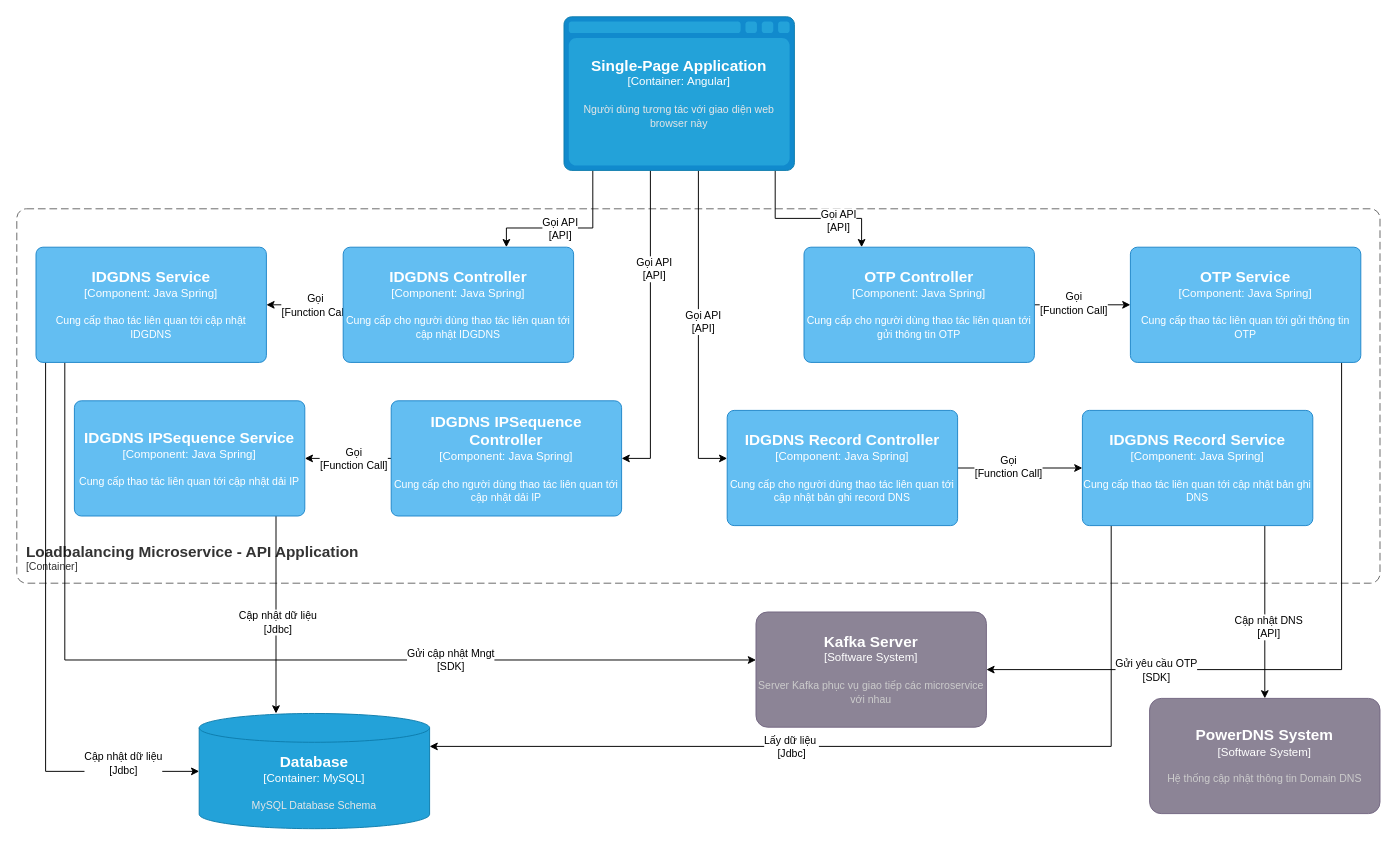
The draw.io diagram Idg-Portal lv3 IDGDNS API.drawio in dangngocsoncntt/draw.io, before the edit. Source tidied: cells renumbered, new cells numbered last; positions are measured from the earlier drawing's top-left corner, leaving out a move shared by most shapes. Both pictures are drawn from the tidied source at 96%, with x=0, y=0 at pixel (16, 16).
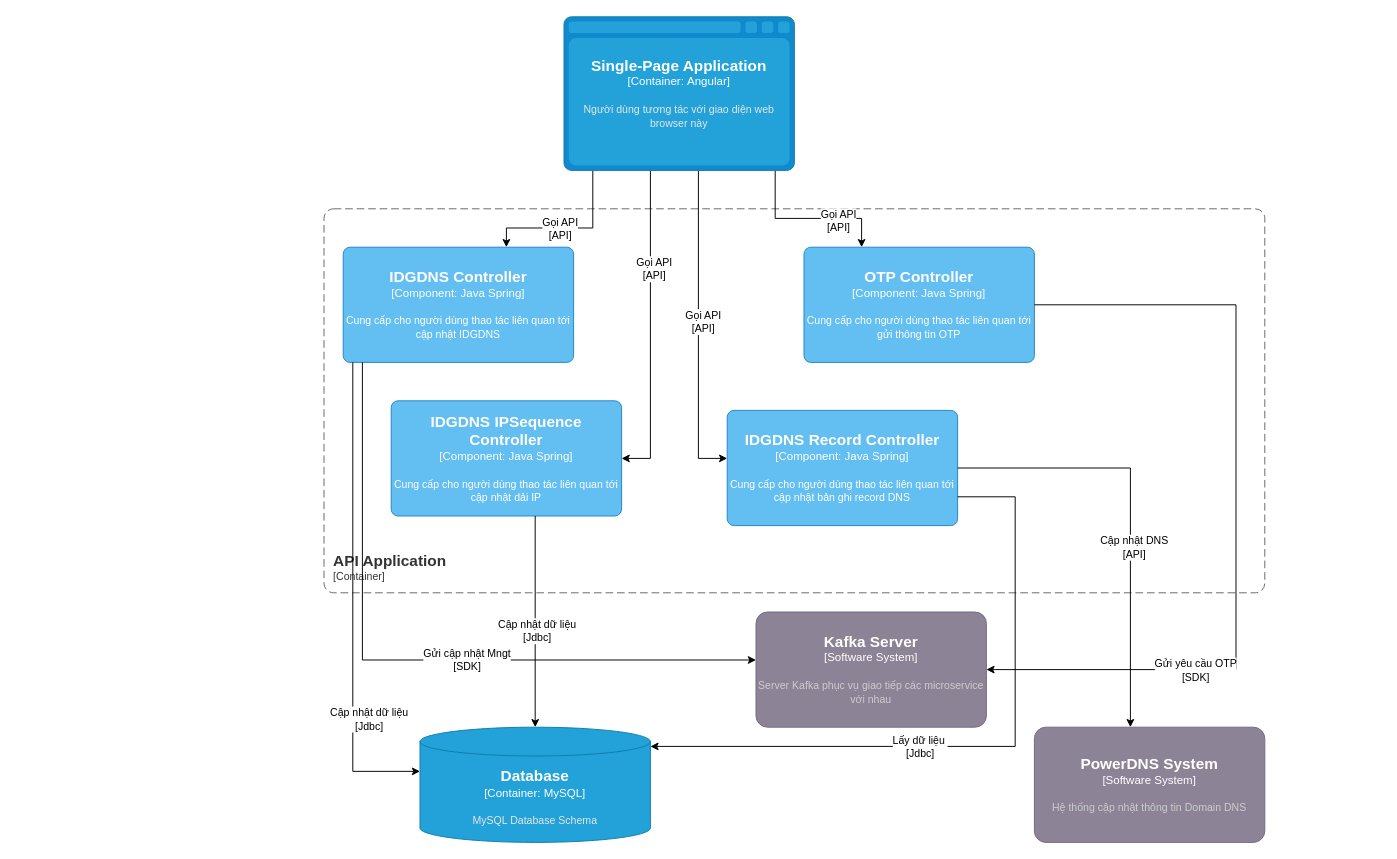
The same diagram, later.

The change refers to these unchanged cells:
```xml
<object id="14" label="&lt;font style=&quot;font-size: 16px&quot;&gt;&lt;b&gt;%c4Name%&lt;/b&gt;&lt;/font&gt;&lt;div&gt;[%c4Type%: %c4Technology%]&lt;/div&gt;&lt;br&gt;&lt;div&gt;&lt;font style=&quot;font-size: 11px&quot;&gt;%c4Description%&lt;/font&gt;&lt;/div&gt;" c4Description="Cung cấp cho người dùng thao tác liên quan tới cập nhật IDGDNS" c4Name="IDGDNS Controller" c4Technology="Java Spring" c4Type="Component" placeholders="1">
  <mxCell style="rounded=1;whiteSpace=wrap;html=1;labelBackgroundColor=none;fillColor=#63BEF2;fontColor=#ffffff;align=center;arcSize=6;strokeColor=#2086C9;points=[[0.25,0,0],[0.5,0,0],[0.75,0,0],[1,0.25,0],[1,0.5,0],[1,0.75,0],[0.75,1,0],[0.5,1,0],[0.25,1,0],[0,0.75,0],[0,0.5,0],[0,0.25,0]];" parent="1" vertex="1">
    <mxGeometry x="340" y="240" width="240" height="120" as="geometry" />
  </mxCell>
</object>
<object id="17" label="&lt;font style=&quot;font-size: 16px&quot;&gt;&lt;b&gt;%c4Name%&lt;/b&gt;&lt;/font&gt;&lt;div&gt;[%c4Type%: %c4Technology%]&lt;/div&gt;&lt;br&gt;&lt;div&gt;&lt;font style=&quot;font-size: 11px&quot;&gt;%c4Description%&lt;/font&gt;&lt;/div&gt;" c4Description="Cung cấp cho người dùng thao tác liên quan tới gửi thông tin OTP" c4Name="OTP Controller" c4Technology="Java Spring" c4Type="Component" placeholders="1">
  <mxCell style="rounded=1;whiteSpace=wrap;html=1;labelBackgroundColor=none;fillColor=#63BEF2;fontColor=#ffffff;align=center;arcSize=6;strokeColor=#2086C9;points=[[0.25,0,0],[0.5,0,0],[0.75,0,0],[1,0.25,0],[1,0.5,0],[1,0.75,0],[0.75,1,0],[0.5,1,0],[0.25,1,0],[0,0.75,0],[0,0.5,0],[0,0.25,0]];" parent="1" vertex="1">
    <mxGeometry x="820" y="240" width="240" height="120" as="geometry" />
  </mxCell>
</object>
<object id="27" label="&lt;font style=&quot;font-size: 16px&quot;&gt;&lt;b&gt;%c4Name%&lt;/b&gt;&lt;/font&gt;&lt;div&gt;[%c4Type%]&lt;/div&gt;&lt;br&gt;&lt;div&gt;&lt;font style=&quot;font-size: 11px&quot;&gt;&lt;font color=&quot;#cccccc&quot;&gt;%c4Description%&lt;/font&gt;&lt;/div&gt;" c4Description="Server Kafka phục vụ giao tiếp các microservice với nhau" c4Name="Kafka Server" c4Type="Software System" placeholders="1">
  <mxCell style="rounded=1;whiteSpace=wrap;html=1;labelBackgroundColor=none;fillColor=#8C8496;fontColor=#ffffff;align=center;arcSize=10;strokeColor=#736782;points=[[0.25,0,0],[0.5,0,0],[0.75,0,0],[1,0.25,0],[1,0.5,0],[1,0.75,0],[0.75,1,0],[0.5,1,0],[0.25,1,0],[0,0.75,0],[0,0.5,0],[0,0.25,0]];" parent="1" vertex="1">
    <mxGeometry x="770" y="620" width="240" height="120" as="geometry" />
  </mxCell>
</object>
<object id="30" label="&lt;font style=&quot;font-size: 16px&quot;&gt;&lt;b&gt;%c4Name%&lt;/b&gt;&lt;/font&gt;&lt;div&gt;[%c4Type%: %c4Technology%]&lt;/div&gt;&lt;br&gt;&lt;div&gt;&lt;font style=&quot;font-size: 11px&quot;&gt;%c4Description%&lt;/font&gt;&lt;/div&gt;" c4Description="Cung cấp cho người dùng thao tác liên quan tới cập nhật dải IP" c4Name="IDGDNS IPSequence Controller" c4Technology="Java Spring" c4Type="Component" placeholders="1">
  <mxCell style="rounded=1;whiteSpace=wrap;html=1;labelBackgroundColor=none;fillColor=#63BEF2;fontColor=#ffffff;align=center;arcSize=6;strokeColor=#2086C9;points=[[0.25,0,0],[0.5,0,0],[0.75,0,0],[1,0.25,0],[1,0.5,0],[1,0.75,0],[0.75,1,0],[0.5,1,0],[0.25,1,0],[0,0.75,0],[0,0.5,0],[0,0.25,0]];" parent="1" vertex="1">
    <mxGeometry x="390" y="400" width="240" height="120" as="geometry" />
  </mxCell>
</object>
<object id="36" label="&lt;font style=&quot;font-size: 16px&quot;&gt;&lt;b&gt;%c4Name%&lt;/b&gt;&lt;/font&gt;&lt;div&gt;[%c4Type%: %c4Technology%]&lt;/div&gt;&lt;br&gt;&lt;div&gt;&lt;font style=&quot;font-size: 11px&quot;&gt;%c4Description%&lt;/font&gt;&lt;/div&gt;" c4Description="Cung cấp cho người dùng thao tác liên quan tới cập nhật bản ghi record DNS" c4Name="IDGDNS Record Controller" c4Technology="Java Spring" c4Type="Component" placeholders="1">
  <mxCell style="rounded=1;whiteSpace=wrap;html=1;labelBackgroundColor=none;fillColor=#63BEF2;fontColor=#ffffff;align=center;arcSize=6;strokeColor=#2086C9;points=[[0.25,0,0],[0.5,0,0],[0.75,0,0],[1,0.25,0],[1,0.5,0],[1,0.75,0],[0.75,1,0],[0.5,1,0],[0.25,1,0],[0,0.75,0],[0,0.5,0],[0,0.25,0]];" parent="1" vertex="1">
    <mxGeometry x="740" y="410" width="240" height="120" as="geometry" />
  </mxCell>
</object>
```

Change to the diagram source:
```diff
@@
-    <object id="2" label="&lt;font style=&quot;font-size: 16px&quot;&gt;&lt;b&gt;&lt;div style=&quot;text-align: left&quot;&gt;%c4Name%&lt;/div&gt;&lt;/b&gt;&lt;/font&gt;&lt;div style=&quot;text-align: left&quot;&gt;[%c4Application%]&lt;/div&gt;" c4Application="Container" c4Name="Loadbalancing Microservice - API Application" placeholders="1">
+    <object id="2" label="&lt;font style=&quot;font-size: 16px&quot;&gt;&lt;b&gt;&lt;div style=&quot;text-align: left&quot;&gt;%c4Name%&lt;/div&gt;&lt;/b&gt;&lt;/font&gt;&lt;div style=&quot;text-align: left&quot;&gt;[%c4Application%]&lt;/div&gt;" c4Application="Container" c4Name="API Application" placeholders="1">
       <mxCell style="rounded=1;fontSize=11;whiteSpace=wrap;html=1;dashed=1;arcSize=20;fillColor=none;strokeColor=#666666;fontColor=#333333;labelBackgroundColor=none;align=left;verticalAlign=bottom;labelBorderColor=none;spacingTop=0;spacing=10;dashPattern=8 4;perimeter=rectanglePerimeter;noLabel=0;labelPadding=0;absoluteArcSize=1;" parent="1" vertex="1">
-        <mxGeometry y="200" width="1420" height="390" as="geometry" />
+        <mxGeometry x="320" y="200" width="980" height="400" as="geometry" />
       </mxCell>
     </object>
@@
-    <mxCell id="12" style="edgeStyle=orthogonalEdgeStyle;rounded=0;jettySize=auto;html=1;" parent="1" edge="1" source="14" target="23">
-      <mxGeometry relative="1" as="geometry" />
-    </mxCell>
-    <mxCell id="13" value="Gọi&lt;br&gt;[Function Call]" style="edgeLabel;html=1;align=center;verticalAlign=middle;" parent="12" vertex="1">
-      <mxGeometry x="0.18" y="2" relative="1" as="geometry">
-        <mxPoint x="17" y="-2" as="offset" />
-      </mxGeometry>
-    </mxCell>
@@
-    <mxCell id="15" style="edgeStyle=orthogonalEdgeStyle;rounded=0;jettySize=auto;html=1;" parent="1" edge="1" source="17" target="26">
-      <mxGeometry relative="1" as="geometry" />
-    </mxCell>
-    <mxCell id="16" value="Gọi&lt;br style=&quot;border-color: var(--border-color);&quot;&gt;[Function Call]" style="edgeLabel;html=1;align=center;verticalAlign=middle;" parent="15" vertex="1">
-      <mxGeometry x="-0.2" y="2" relative="1" as="geometry" />
-    </mxCell>
@@
     <object id="18" label="&lt;font style=&quot;font-size: 16px&quot;&gt;&lt;b&gt;%c4Type%&lt;/b&gt;&lt;/font&gt;&lt;div&gt;[%c4Container%:&amp;nbsp;%c4Technology%]&lt;/div&gt;&lt;br&gt;&lt;div&gt;&lt;font style=&quot;font-size: 11px&quot;&gt;&lt;font color=&quot;#E6E6E6&quot;&gt;%c4Description%&lt;/font&gt;&lt;/div&gt;" c4Container="Container" c4Description="MySQL Database Schema" c4Technology="MySQL" c4Type="Database" placeholders="1">
       <mxCell style="shape=cylinder3;size=15;whiteSpace=wrap;html=1;boundedLbl=1;rounded=0;labelBackgroundColor=none;fillColor=#23A2D9;fontSize=12;fontColor=#ffffff;align=center;strokeColor=#0E7DAD;points=[[0.5,0,0],[1,0.25,0],[1,0.5,0],[1,0.75,0],[0.5,1,0],[0,0.75,0],[0,0.5,0],[0,0.25,0]];" parent="1" vertex="1">
-        <mxGeometry x="190" y="725.7" width="240" height="120" as="geometry" />
+        <mxGeometry x="420" y="740" width="240" height="120" as="geometry" />
       </mxCell>
     </object>
-    <mxCell id="19" style="edgeStyle=orthogonalEdgeStyle;rounded=0;jettySize=auto;html=1;" parent="1" edge="1" source="23" target="18">
+    <mxCell id="19" style="edgeStyle=orthogonalEdgeStyle;rounded=0;jettySize=auto;html=1;" parent="1" edge="1" source="14" target="18">
       <mxGeometry relative="1" as="geometry">
         <Array as="points">
-          <mxPoint x="30" y="786" />
+          <mxPoint x="350" y="786" />
         </Array>
       </mxGeometry>
     </mxCell>
     <mxCell id="20" value="Cập nhật dữ liệu&lt;br style=&quot;border-color: var(--border-color);&quot;&gt;[Jdbc]" style="edgeLabel;html=1;align=center;verticalAlign=middle;" parent="19" vertex="1">
       <mxGeometry x="0.67" y="-1" relative="1" as="geometry">
-        <mxPoint x="17" y="-10" as="offset" />
+        <mxPoint x="17" y="-43" as="offset" />
       </mxGeometry>
     </mxCell>
-    <mxCell id="21" style="edgeStyle=orthogonalEdgeStyle;rounded=0;jettySize=auto;html=1;" parent="1" edge="1" source="23" target="27">
+    <mxCell id="21" style="edgeStyle=orthogonalEdgeStyle;rounded=0;jettySize=auto;html=1;" parent="1" edge="1" source="14" target="27">
       <mxGeometry relative="1" as="geometry">
         <Array as="points">
-          <mxPoint x="50" y="670" />
+          <mxPoint x="360" y="670" />
         </Array>
       </mxGeometry>
     </mxCell>
     <mxCell id="22" value="Gửi cập nhật Mngt&lt;br&gt;[SDK]" style="edgeLabel;html=1;align=center;verticalAlign=middle;" parent="21" vertex="1">
-      <mxGeometry x="0.38" y="1" relative="1" as="geometry" />
+      <mxGeometry x="0.38" y="1" relative="1" as="geometry">
+        <mxPoint x="-79" as="offset" />
+      </mxGeometry>
     </mxCell>
-    <object id="23" label="&lt;font style=&quot;font-size: 16px&quot;&gt;&lt;b&gt;%c4Name%&lt;/b&gt;&lt;/font&gt;&lt;div&gt;[%c4Type%: %c4Technology%]&lt;/div&gt;&lt;br&gt;&lt;div&gt;&lt;font style=&quot;font-size: 11px&quot;&gt;%c4Description%&lt;/font&gt;&lt;/div&gt;" c4Description="Cung cấp thao tác liên quan tới cập nhật IDGDNS" c4Name="IDGDNS Service" c4Technology="Java Spring" c4Type="Component" placeholders="1">
-      <mxCell style="rounded=1;whiteSpace=wrap;html=1;labelBackgroundColor=none;fillColor=#63BEF2;fontColor=#ffffff;align=center;arcSize=6;strokeColor=#2086C9;points=[[0.25,0,0],[0.5,0,0],[0.75,0,0],[1,0.25,0],[1,0.5,0],[1,0.75,0],[0.75,1,0],[0.5,1,0],[0.25,1,0],[0,0.75,0],[0,0.5,0],[0,0.25,0]];" parent="1" vertex="1">
-        <mxGeometry x="20" y="240" width="240" height="120" as="geometry" />
-      </mxCell>
-    </object>
-    <mxCell id="24" style="edgeStyle=orthogonalEdgeStyle;rounded=0;jettySize=auto;html=1;" parent="1" edge="1" source="26" target="27">
+    <mxCell id="24" style="edgeStyle=orthogonalEdgeStyle;rounded=0;jettySize=auto;html=1;" parent="1" edge="1" source="17" target="27">
       <mxGeometry relative="1" as="geometry">
         <Array as="points">
-          <mxPoint x="1380" y="680" />
+          <mxPoint x="1270" y="300" />
+          <mxPoint x="1270" y="680" />
         </Array>
       </mxGeometry>
     </mxCell>
@@
-    <object id="26" label="&lt;font style=&quot;font-size: 16px&quot;&gt;&lt;b&gt;%c4Name%&lt;/b&gt;&lt;/font&gt;&lt;div&gt;[%c4Type%: %c4Technology%]&lt;/div&gt;&lt;br&gt;&lt;div&gt;&lt;font style=&quot;font-size: 11px&quot;&gt;%c4Description%&lt;/font&gt;&lt;/div&gt;" c4Description="Cung cấp thao tác liên quan tới gửi thông tin OTP" c4Name="OTP Service" c4Technology="Java Spring" c4Type="Component" placeholders="1">
-      <mxCell style="rounded=1;whiteSpace=wrap;html=1;labelBackgroundColor=none;fillColor=#63BEF2;fontColor=#ffffff;align=center;arcSize=6;strokeColor=#2086C9;points=[[0.25,0,0],[0.5,0,0],[0.75,0,0],[1,0.25,0],[1,0.5,0],[1,0.75,0],[0.75,1,0],[0.5,1,0],[0.25,1,0],[0,0.75,0],[0,0.5,0],[0,0.25,0]];" parent="1" vertex="1">
-        <mxGeometry x="1160" y="240" width="240" height="120" as="geometry" />
-      </mxCell>
-    </object>
@@
-    <mxCell id="28" style="edgeStyle=orthogonalEdgeStyle;rounded=0;jettySize=auto;html=1;" parent="1" edge="1" source="30" target="33">
-      <mxGeometry relative="1" as="geometry" />
-    </mxCell>
-    <mxCell id="29" value="Gọi&lt;br&gt;[Function Call]" style="edgeLabel;html=1;align=center;verticalAlign=middle;" parent="28" vertex="1">
-      <mxGeometry x="0.18" y="2" relative="1" as="geometry">
-        <mxPoint x="13" y="-2" as="offset" />
-      </mxGeometry>
-    </mxCell>
@@
-    <mxCell id="31" style="edgeStyle=orthogonalEdgeStyle;rounded=0;jettySize=auto;html=1;" parent="1" edge="1" source="33" target="18">
+    <mxCell id="31" style="edgeStyle=orthogonalEdgeStyle;rounded=0;jettySize=auto;html=1;" parent="1" edge="1" source="30" target="18">
       <mxGeometry relative="1" as="geometry">
         <Array as="points">
-          <mxPoint x="270" y="620" />
-          <mxPoint x="270" y="620" />
+          <mxPoint x="540" y="640" />
+          <mxPoint x="540" y="640" />
         </Array>
       </mxGeometry>
     </mxCell>
@@
-    <object id="33" label="&lt;font style=&quot;font-size: 16px&quot;&gt;&lt;b&gt;%c4Name%&lt;/b&gt;&lt;/font&gt;&lt;div&gt;[%c4Type%: %c4Technology%]&lt;/div&gt;&lt;br&gt;&lt;div&gt;&lt;font style=&quot;font-size: 11px&quot;&gt;%c4Description%&lt;/font&gt;&lt;/div&gt;" c4Description="Cung cấp thao tác liên quan tới cập nhật dải IP" c4Name="IDGDNS IPSequence Service" c4Technology="Java Spring" c4Type="Component" placeholders="1">
-      <mxCell style="rounded=1;whiteSpace=wrap;html=1;labelBackgroundColor=none;fillColor=#63BEF2;fontColor=#ffffff;align=center;arcSize=6;strokeColor=#2086C9;points=[[0.25,0,0],[0.5,0,0],[0.75,0,0],[1,0.25,0],[1,0.5,0],[1,0.75,0],[0.75,1,0],[0.5,1,0],[0.25,1,0],[0,0.75,0],[0,0.5,0],[0,0.25,0]];" parent="1" vertex="1">
-        <mxGeometry x="60" y="400" width="240" height="120" as="geometry" />
-      </mxCell>
-    </object>
-    <mxCell id="34" style="edgeStyle=orthogonalEdgeStyle;rounded=0;jettySize=auto;html=1;" parent="1" edge="1" source="36" target="41">
-      <mxGeometry relative="1" as="geometry" />
-    </mxCell>
-    <mxCell id="35" value="Gọi&lt;br style=&quot;border-color: var(--border-color);&quot;&gt;[Function Call]" style="edgeLabel;html=1;align=center;verticalAlign=middle;" parent="34" vertex="1">
-      <mxGeometry x="-0.2" y="2" relative="1" as="geometry" />
-    </mxCell>
@@
-    <mxCell id="37" style="edgeStyle=orthogonalEdgeStyle;rounded=0;jettySize=auto;html=1;" parent="1" edge="1" source="41" target="18">
+    <mxCell id="37" style="edgeStyle=orthogonalEdgeStyle;rounded=0;jettySize=auto;html=1;" parent="1" edge="1" source="36" target="18">
       <mxGeometry relative="1" as="geometry">
         <Array as="points">
-          <mxPoint x="1140" y="760" />
+          <mxPoint x="1040" y="500" />
+          <mxPoint x="1040" y="760" />
         </Array>
       </mxGeometry>
     </mxCell>
@@
-    <mxCell id="39" style="edgeStyle=orthogonalEdgeStyle;rounded=0;jettySize=auto;html=1;" parent="1" edge="1" source="41" target="42">
+    <mxCell id="39" style="edgeStyle=orthogonalEdgeStyle;rounded=0;jettySize=auto;html=1;" parent="1" edge="1" source="36" target="42">
       <mxGeometry relative="1" as="geometry">
         <Array as="points">
-          <mxPoint x="1300" y="570" />
-          <mxPoint x="1300" y="570" />
+          <mxPoint x="1160" y="470" />
         </Array>
       </mxGeometry>
     </mxCell>
@@
-    <object id="41" label="&lt;font style=&quot;font-size: 16px&quot;&gt;&lt;b&gt;%c4Name%&lt;/b&gt;&lt;/font&gt;&lt;div&gt;[%c4Type%: %c4Technology%]&lt;/div&gt;&lt;br&gt;&lt;div&gt;&lt;font style=&quot;font-size: 11px&quot;&gt;%c4Description%&lt;/font&gt;&lt;/div&gt;" c4Description="Cung cấp thao tác liên quan tới cập nhật bản ghi DNS" c4Name="IDGDNS Record Service" c4Technology="Java Spring" c4Type="Component" placeholders="1">
-      <mxCell style="rounded=1;whiteSpace=wrap;html=1;labelBackgroundColor=none;fillColor=#63BEF2;fontColor=#ffffff;align=center;arcSize=6;strokeColor=#2086C9;points=[[0.25,0,0],[0.5,0,0],[0.75,0,0],[1,0.25,0],[1,0.5,0],[1,0.75,0],[0.75,1,0],[0.5,1,0],[0.25,1,0],[0,0.75,0],[0,0.5,0],[0,0.25,0]];" parent="1" vertex="1">
-        <mxGeometry x="1110" y="410" width="240" height="120" as="geometry" />
-      </mxCell>
-    </object>
     <object id="42" label="&lt;font style=&quot;font-size: 16px&quot;&gt;&lt;b&gt;%c4Name%&lt;/b&gt;&lt;/font&gt;&lt;div&gt;[%c4Type%]&lt;/div&gt;&lt;br&gt;&lt;div&gt;&lt;font style=&quot;font-size: 11px&quot;&gt;&lt;font color=&quot;#cccccc&quot;&gt;%c4Description%&lt;/font&gt;&lt;/div&gt;" c4Description="Hệ thống cập nhật thông tin Domain DNS" c4Name="PowerDNS System" c4Type="Software System" placeholders="1">
       <mxCell style="rounded=1;whiteSpace=wrap;html=1;labelBackgroundColor=none;fillColor=#8C8496;fontColor=#ffffff;align=center;arcSize=10;strokeColor=#736782;points=[[0.25,0,0],[0.5,0,0],[0.75,0,0],[1,0.25,0],[1,0.5,0],[1,0.75,0],[0.75,1,0],[0.5,1,0],[0.25,1,0],[0,0.75,0],[0,0.5,0],[0,0.25,0]];" parent="1" vertex="1">
-        <mxGeometry x="1180" y="710" width="240" height="120" as="geometry" />
+        <mxGeometry x="1060" y="740" width="240" height="120" as="geometry" />
       </mxCell>
     </object>
```
